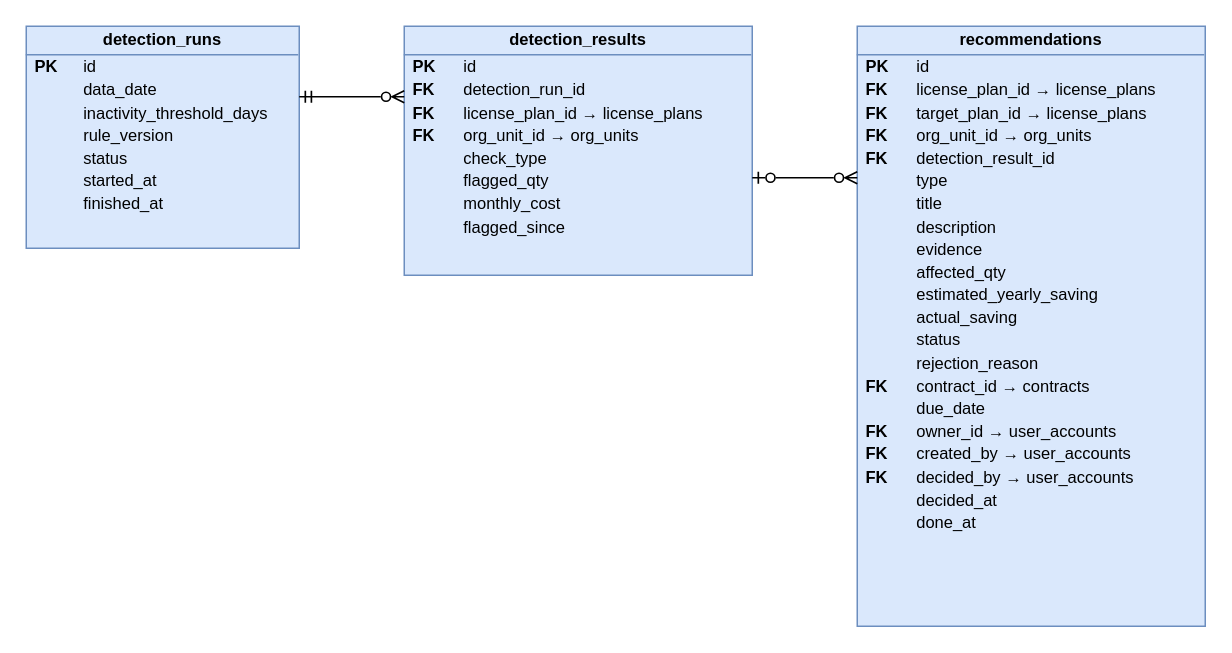
Before: docs/database/diagrams/erd_optimization.drawio in cuonglpv/VFast, a draw.io diagram. Source tidied: cells renumbered, new cells numbered last; positions are measured from the earlier drawing's top-left corner, leaving out a move shared by most shapes. Both pictures are drawn from the tidied source at 150%, with x=0, y=0 at pixel (26, 26).
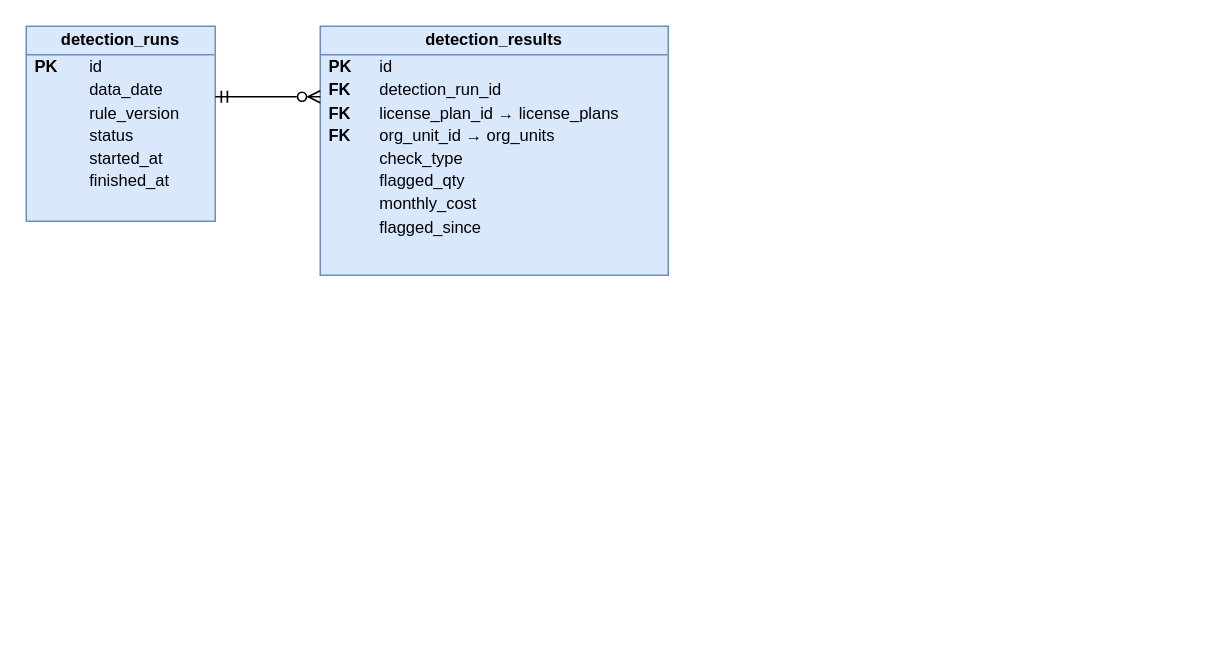
Above is the later version.

What changed in the source:
```diff
@@
 <mxGraphModel>
   <root>
     <mxCell id="0" />
     <mxCell id="1" parent="0" />
-    <mxCell id="2" value="&lt;div style=&quot;font-weight:bold;text-align:center;padding:3px 0;border-bottom:1px solid #6C8EBF;&quot;&gt;detection_runs&lt;/div&gt;&lt;table style=&quot;width:100%;font-size:11px;border-collapse:collapse;&quot;&gt;&lt;tr&gt;&lt;td style=&quot;padding:1px 8px 1px 6px;&quot;&gt;&lt;b&gt;PK&lt;/b&gt;&lt;/td&gt;&lt;td style=&quot;padding:1px 6px;&quot;&gt;id&lt;/td&gt;&lt;/tr&gt;&lt;tr&gt;&lt;td style=&quot;padding:1px 8px 1px 6px;&quot;&gt;&lt;b&gt;&lt;/b&gt;&lt;/td&gt;&lt;td style=&quot;padding:1px 6px;&quot;&gt;data_date&lt;/td&gt;&lt;/tr&gt;&lt;tr&gt;&lt;td style=&quot;padding:1px 8px 1px 6px;&quot;&gt;&lt;b&gt;&lt;/b&gt;&lt;/td&gt;&lt;td style=&quot;padding:1px 6px;&quot;&gt;inactivity_threshold_days&lt;/td&gt;&lt;/tr&gt;&lt;tr&gt;&lt;td style=&quot;padding:1px 8px 1px 6px;&quot;&gt;&lt;b&gt;&lt;/b&gt;&lt;/td&gt;&lt;td style=&quot;padding:1px 6px;&quot;&gt;rule_version&lt;/td&gt;&lt;/tr&gt;&lt;tr&gt;&lt;td style=&quot;padding:1px 8px 1px 6px;&quot;&gt;&lt;b&gt;&lt;/b&gt;&lt;/td&gt;&lt;td style=&quot;padding:1px 6px;&quot;&gt;status&lt;/td&gt;&lt;/tr&gt;&lt;tr&gt;&lt;td style=&quot;padding:1px 8px 1px 6px;&quot;&gt;&lt;b&gt;&lt;/b&gt;&lt;/td&gt;&lt;td style=&quot;padding:1px 6px;&quot;&gt;started_at&lt;/td&gt;&lt;/tr&gt;&lt;tr&gt;&lt;td style=&quot;padding:1px 8px 1px 6px;&quot;&gt;&lt;b&gt;&lt;/b&gt;&lt;/td&gt;&lt;td style=&quot;padding:1px 6px;&quot;&gt;finished_at&lt;/td&gt;&lt;/tr&gt;&lt;/table&gt;" style="rounded=0;whiteSpace=wrap;html=1;verticalAlign=top;align=left;spacing=0;overflow=fill;fillColor=#DAE8FC;strokeColor=#6C8EBF;fontSize=11;" parent="1" vertex="1">
-      <mxGeometry width="182" height="148" as="geometry" />
+    <mxCell id="2" value="&lt;div style=&quot;font-weight:bold;text-align:center;padding:3px 0;border-bottom:1px solid #6C8EBF;&quot;&gt;detection_runs&lt;/div&gt;&lt;table style=&quot;width:100%;font-size:11px;border-collapse:collapse;&quot;&gt;&lt;tr&gt;&lt;td style=&quot;padding:1px 8px 1px 6px;&quot;&gt;&lt;b&gt;PK&lt;/b&gt;&lt;/td&gt;&lt;td style=&quot;padding:1px 6px;&quot;&gt;id&lt;/td&gt;&lt;/tr&gt;&lt;tr&gt;&lt;td style=&quot;padding:1px 8px 1px 6px;&quot;&gt;&lt;b&gt;&lt;/b&gt;&lt;/td&gt;&lt;td style=&quot;padding:1px 6px;&quot;&gt;data_date&lt;/td&gt;&lt;/tr&gt;&lt;tr&gt;&lt;td style=&quot;padding:1px 8px 1px 6px;&quot;&gt;&lt;b&gt;&lt;/b&gt;&lt;/td&gt;&lt;td style=&quot;padding:1px 6px;&quot;&gt;rule_version&lt;/td&gt;&lt;/tr&gt;&lt;tr&gt;&lt;td style=&quot;padding:1px 8px 1px 6px;&quot;&gt;&lt;b&gt;&lt;/b&gt;&lt;/td&gt;&lt;td style=&quot;padding:1px 6px;&quot;&gt;status&lt;/td&gt;&lt;/tr&gt;&lt;tr&gt;&lt;td style=&quot;padding:1px 8px 1px 6px;&quot;&gt;&lt;b&gt;&lt;/b&gt;&lt;/td&gt;&lt;td style=&quot;padding:1px 6px;&quot;&gt;started_at&lt;/td&gt;&lt;/tr&gt;&lt;tr&gt;&lt;td style=&quot;padding:1px 8px 1px 6px;&quot;&gt;&lt;b&gt;&lt;/b&gt;&lt;/td&gt;&lt;td style=&quot;padding:1px 6px;&quot;&gt;finished_at&lt;/td&gt;&lt;/tr&gt;&lt;/table&gt;" style="rounded=0;whiteSpace=wrap;html=1;verticalAlign=top;align=left;spacing=0;overflow=fill;fillColor=#DAE8FC;strokeColor=#6C8EBF;fontSize=11;" parent="1" vertex="1">
+      <mxGeometry width="126" height="130" as="geometry" />
     </mxCell>
     <mxCell id="3" value="&lt;div style=&quot;font-weight:bold;text-align:center;padding:3px 0;border-bottom:1px solid #6C8EBF;&quot;&gt;detection_results&lt;/div&gt;&lt;table style=&quot;width:100%;font-size:11px;border-collapse:collapse;&quot;&gt;&lt;tr&gt;&lt;td style=&quot;padding:1px 8px 1px 6px;&quot;&gt;&lt;b&gt;PK&lt;/b&gt;&lt;/td&gt;&lt;td style=&quot;padding:1px 6px;&quot;&gt;id&lt;/td&gt;&lt;/tr&gt;&lt;tr&gt;&lt;td style=&quot;padding:1px 8px 1px 6px;&quot;&gt;&lt;b&gt;FK&lt;/b&gt;&lt;/td&gt;&lt;td style=&quot;padding:1px 6px;&quot;&gt;detection_run_id&lt;/td&gt;&lt;/tr&gt;&lt;tr&gt;&lt;td style=&quot;padding:1px 8px 1px 6px;&quot;&gt;&lt;b&gt;FK&lt;/b&gt;&lt;/td&gt;&lt;td style=&quot;padding:1px 6px;&quot;&gt;license_plan_id → license_plans&lt;/td&gt;&lt;/tr&gt;&lt;tr&gt;&lt;td style=&quot;padding:1px 8px 1px 6px;&quot;&gt;&lt;b&gt;FK&lt;/b&gt;&lt;/td&gt;&lt;td style=&quot;padding:1px 6px;&quot;&gt;org_unit_id → org_units&lt;/td&gt;&lt;/tr&gt;&lt;tr&gt;&lt;td style=&quot;padding:1px 8px 1px 6px;&quot;&gt;&lt;b&gt;&lt;/b&gt;&lt;/td&gt;&lt;td style=&quot;padding:1px 6px;&quot;&gt;check_type&lt;/td&gt;&lt;/tr&gt;&lt;tr&gt;&lt;td style=&quot;padding:1px 8px 1px 6px;&quot;&gt;&lt;b&gt;&lt;/b&gt;&lt;/td&gt;&lt;td style=&quot;padding:1px 6px;&quot;&gt;flagged_qty&lt;/td&gt;&lt;/tr&gt;&lt;tr&gt;&lt;td style=&quot;padding:1px 8px 1px 6px;&quot;&gt;&lt;b&gt;&lt;/b&gt;&lt;/td&gt;&lt;td style=&quot;padding:1px 6px;&quot;&gt;monthly_cost&lt;/td&gt;&lt;/tr&gt;&lt;tr&gt;&lt;td style=&quot;padding:1px 8px 1px 6px;&quot;&gt;&lt;b&gt;&lt;/b&gt;&lt;/td&gt;&lt;td style=&quot;padding:1px 6px;&quot;&gt;flagged_since&lt;/td&gt;&lt;/tr&gt;&lt;/table&gt;" style="rounded=0;whiteSpace=wrap;html=1;verticalAlign=top;align=left;spacing=0;overflow=fill;fillColor=#DAE8FC;strokeColor=#6C8EBF;fontSize=11;" parent="1" vertex="1">
-      <mxGeometry x="252" width="232" height="166" as="geometry" />
+      <mxGeometry x="196" width="232" height="166" as="geometry" />
     </mxCell>
-    <mxCell id="4" value="&lt;div style=&quot;font-weight:bold;text-align:center;padding:3px 0;border-bottom:1px solid #6C8EBF;&quot;&gt;recommendations&lt;/div&gt;&lt;table style=&quot;width:100%;font-size:11px;border-collapse:collapse;&quot;&gt;&lt;tr&gt;&lt;td style=&quot;padding:1px 8px 1px 6px;&quot;&gt;&lt;b&gt;PK&lt;/b&gt;&lt;/td&gt;&lt;td style=&quot;padding:1px 6px;&quot;&gt;id&lt;/td&gt;&lt;/tr&gt;&lt;tr&gt;&lt;td style=&quot;padding:1px 8px 1px 6px;&quot;&gt;&lt;b&gt;FK&lt;/b&gt;&lt;/td&gt;&lt;td style=&quot;padding:1px 6px;&quot;&gt;license_plan_id → license_plans&lt;/td&gt;&lt;/tr&gt;&lt;tr&gt;&lt;td style=&quot;padding:1px 8px 1px 6px;&quot;&gt;&lt;b&gt;FK&lt;/b&gt;&lt;/td&gt;&lt;td style=&quot;padding:1px 6px;&quot;&gt;target_plan_id → license_plans&lt;/td&gt;&lt;/tr&gt;&lt;tr&gt;&lt;td style=&quot;padding:1px 8px 1px 6px;&quot;&gt;&lt;b&gt;FK&lt;/b&gt;&lt;/td&gt;&lt;td style=&quot;padding:1px 6px;&quot;&gt;org_unit_id → org_units&lt;/td&gt;&lt;/tr&gt;&lt;tr&gt;&lt;td style=&quot;padding:1px 8px 1px 6px;&quot;&gt;&lt;b&gt;FK&lt;/b&gt;&lt;/td&gt;&lt;td style=&quot;padding:1px 6px;&quot;&gt;detection_result_id&lt;/td&gt;&lt;/tr&gt;&lt;tr&gt;&lt;td style=&quot;padding:1px 8px 1px 6px;&quot;&gt;&lt;b&gt;&lt;/b&gt;&lt;/td&gt;&lt;td style=&quot;padding:1px 6px;&quot;&gt;type&lt;/td&gt;&lt;/tr&gt;&lt;tr&gt;&lt;td style=&quot;padding:1px 8px 1px 6px;&quot;&gt;&lt;b&gt;&lt;/b&gt;&lt;/td&gt;&lt;td style=&quot;padding:1px 6px;&quot;&gt;title&lt;/td&gt;&lt;/tr&gt;&lt;tr&gt;&lt;td style=&quot;padding:1px 8px 1px 6px;&quot;&gt;&lt;b&gt;&lt;/b&gt;&lt;/td&gt;&lt;td style=&quot;padding:1px 6px;&quot;&gt;description&lt;/td&gt;&lt;/tr&gt;&lt;tr&gt;&lt;td style=&quot;padding:1px 8px 1px 6px;&quot;&gt;&lt;b&gt;&lt;/b&gt;&lt;/td&gt;&lt;td style=&quot;padding:1px 6px;&quot;&gt;evidence&lt;/td&gt;&lt;/tr&gt;&lt;tr&gt;&lt;td style=&quot;padding:1px 8px 1px 6px;&quot;&gt;&lt;b&gt;&lt;/b&gt;&lt;/td&gt;&lt;td style=&quot;padding:1px 6px;&quot;&gt;affected_qty&lt;/td&gt;&lt;/tr&gt;&lt;tr&gt;&lt;td style=&quot;padding:1px 8px 1px 6px;&quot;&gt;&lt;b&gt;&lt;/b&gt;&lt;/td&gt;&lt;td style=&quot;padding:1px 6px;&quot;&gt;estimated_yearly_saving&lt;/td&gt;&lt;/tr&gt;&lt;tr&gt;&lt;td style=&quot;padding:1px 8px 1px 6px;&quot;&gt;&lt;b&gt;&lt;/b&gt;&lt;/td&gt;&lt;td style=&quot;padding:1px 6px;&quot;&gt;actual_saving&lt;/td&gt;&lt;/tr&gt;&lt;tr&gt;&lt;td style=&quot;padding:1px 8px 1px 6px;&quot;&gt;&lt;b&gt;&lt;/b&gt;&lt;/td&gt;&lt;td style=&quot;padding:1px 6px;&quot;&gt;status&lt;/td&gt;&lt;/tr&gt;&lt;tr&gt;&lt;td style=&quot;padding:1px 8px 1px 6px;&quot;&gt;&lt;b&gt;&lt;/b&gt;&lt;/td&gt;&lt;td style=&quot;padding:1px 6px;&quot;&gt;rejection_reason&lt;/td&gt;&lt;/tr&gt;&lt;tr&gt;&lt;td style=&quot;padding:1px 8px 1px 6px;&quot;&gt;&lt;b&gt;FK&lt;/b&gt;&lt;/td&gt;&lt;td style=&quot;padding:1px 6px;&quot;&gt;contract_id → contracts&lt;/td&gt;&lt;/tr&gt;&lt;tr&gt;&lt;td style=&quot;padding:1px 8px 1px 6px;&quot;&gt;&lt;b&gt;&lt;/b&gt;&lt;/td&gt;&lt;td style=&quot;padding:1px 6px;&quot;&gt;due_date&lt;/td&gt;&lt;/tr&gt;&lt;tr&gt;&lt;td style=&quot;padding:1px 8px 1px 6px;&quot;&gt;&lt;b&gt;FK&lt;/b&gt;&lt;/td&gt;&lt;td style=&quot;padding:1px 6px;&quot;&gt;owner_id → user_accounts&lt;/td&gt;&lt;/tr&gt;&lt;tr&gt;&lt;td style=&quot;padding:1px 8px 1px 6px;&quot;&gt;&lt;b&gt;FK&lt;/b&gt;&lt;/td&gt;&lt;td style=&quot;padding:1px 6px;&quot;&gt;created_by → user_accounts&lt;/td&gt;&lt;/tr&gt;&lt;tr&gt;&lt;td style=&quot;padding:1px 8px 1px 6px;&quot;&gt;&lt;b&gt;FK&lt;/b&gt;&lt;/td&gt;&lt;td style=&quot;padding:1px 6px;&quot;&gt;decided_by → user_accounts&lt;/td&gt;&lt;/tr&gt;&lt;tr&gt;&lt;td style=&quot;padding:1px 8px 1px 6px;&quot;&gt;&lt;b&gt;&lt;/b&gt;&lt;/td&gt;&lt;td style=&quot;padding:1px 6px;&quot;&gt;decided_at&lt;/td&gt;&lt;/tr&gt;&lt;tr&gt;&lt;td style=&quot;padding:1px 8px 1px 6px;&quot;&gt;&lt;b&gt;&lt;/b&gt;&lt;/td&gt;&lt;td style=&quot;padding:1px 6px;&quot;&gt;done_at&lt;/td&gt;&lt;/tr&gt;&lt;/table&gt;" style="rounded=0;whiteSpace=wrap;html=1;verticalAlign=top;align=left;spacing=0;overflow=fill;fillColor=#DAE8FC;strokeColor=#6C8EBF;fontSize=11;" parent="1" vertex="1">
-      <mxGeometry x="554" width="232" height="400" as="geometry" />
+    <mxCell id="4" style="html=1;rounded=0;endArrow=ERzeroToMany;endFill=0;startArrow=ERmandOne;startFill=0;strokeColor=#000000;strokeWidth=1.1;" parent="1" edge="1">
+      <mxGeometry relative="1" as="geometry">
+        <mxPoint x="126" y="47" as="sourcePoint" />
+        <mxPoint x="196" y="47" as="targetPoint" />
+      </mxGeometry>
     </mxCell>
-    <mxCell id="5" style="html=1;rounded=0;endArrow=ERzeroToMany;endFill=0;startArrow=ERmandOne;startFill=0;strokeColor=#000000;strokeWidth=1.1;" parent="1" edge="1">
-      <mxGeometry relative="1" as="geometry">
-        <mxPoint x="182" y="47" as="sourcePoint" />
-        <mxPoint x="252" y="47" as="targetPoint" />
-      </mxGeometry>
-    </mxCell>
-    <mxCell id="6" style="html=1;rounded=0;endArrow=ERzeroToMany;endFill=0;startArrow=ERzeroToOne;startFill=0;strokeColor=#000000;strokeWidth=1.1;" parent="1" edge="1">
-      <mxGeometry relative="1" as="geometry">
-        <mxPoint x="484" y="101" as="sourcePoint" />
-        <mxPoint x="554" y="101" as="targetPoint" />
-      </mxGeometry>
-    </mxCell>
   </root>
 </mxGraphModel>
```
